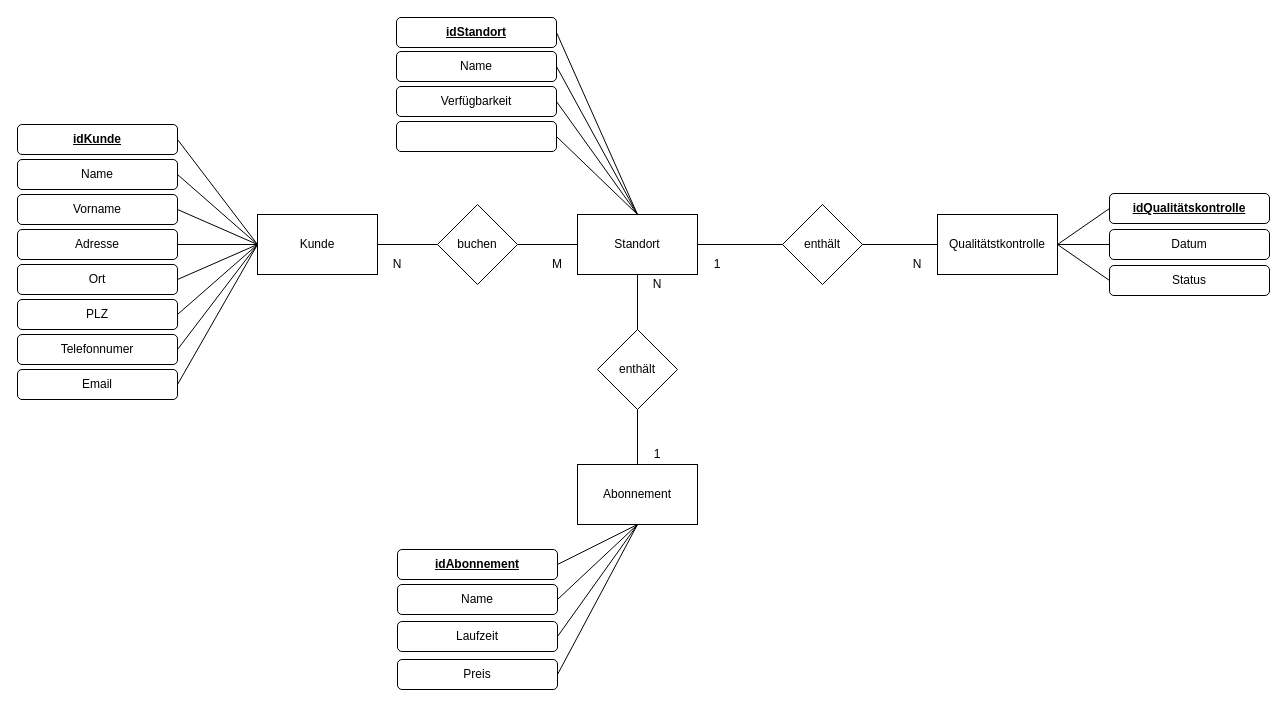
Before: Untitled Diagram.drawio in PatrickRoethlisberger/CS-Datenbanktechnologie, a draw.io diagram. Source tidied: cells renumbered, new cells numbered last; positions are measured from the earlier drawing's top-left corner, leaving out a move shared by most shapes. Both pictures are drawn from the tidied source at 100%, with x=0, y=0 at pixel (17, 17).
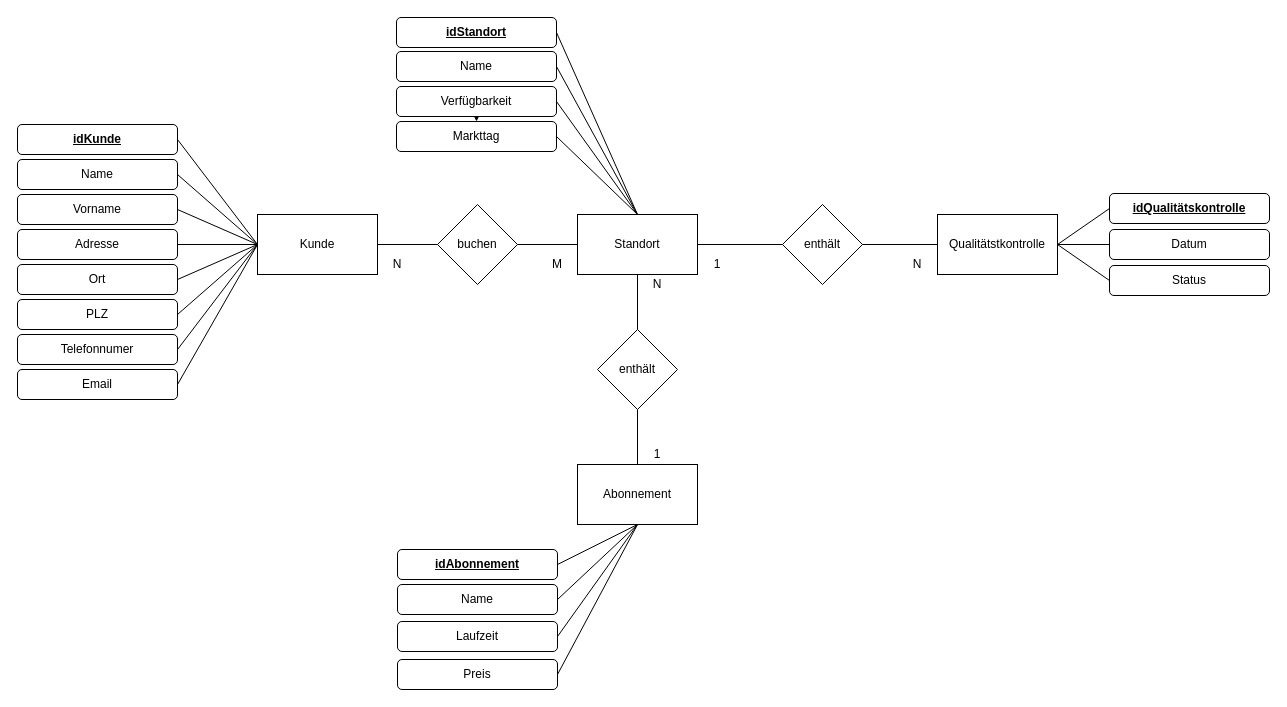
The same diagram, later.

Unchanged cells that the change refers to:
```xml
<mxCell id="55" value="Verfügbarkeit" style="rounded=1;whiteSpace=wrap;html=1;" parent="1" vertex="1">
  <mxGeometry x="379" y="69" width="160" height="30" as="geometry" />
</mxCell>
```

Diff of the diagram source:
```diff
@@
+    <mxCell id="61" style="edgeStyle=none;rounded=0;jettySize=auto;html=1;" parent="1" edge="1" source="55" target="56">
+      <mxGeometry relative="1" as="geometry" />
+    </mxCell>
@@
-    <mxCell id="56" style="rounded=1;whiteSpace=wrap;html=1;" parent="1" vertex="1">
+    <mxCell id="56" value="Markttag" style="rounded=1;whiteSpace=wrap;html=1;" parent="1" vertex="1">
       <mxGeometry x="379" y="104" width="160" height="30" as="geometry" />
     </mxCell>
```
